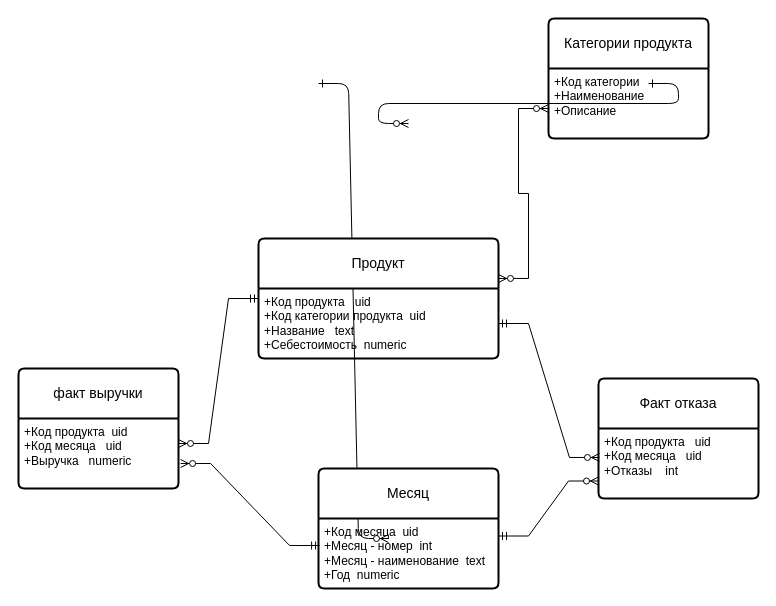
Before: components/Data mart layer.drawio in vgnevyshev/dwh, a draw.io diagram. Source tidied: cells renumbered, new cells numbered last; positions are measured from the earlier drawing's top-left corner, leaving out a move shared by most shapes. Both pictures are drawn from the tidied source at 100%, with x=0, y=0 at pixel (18, 18).
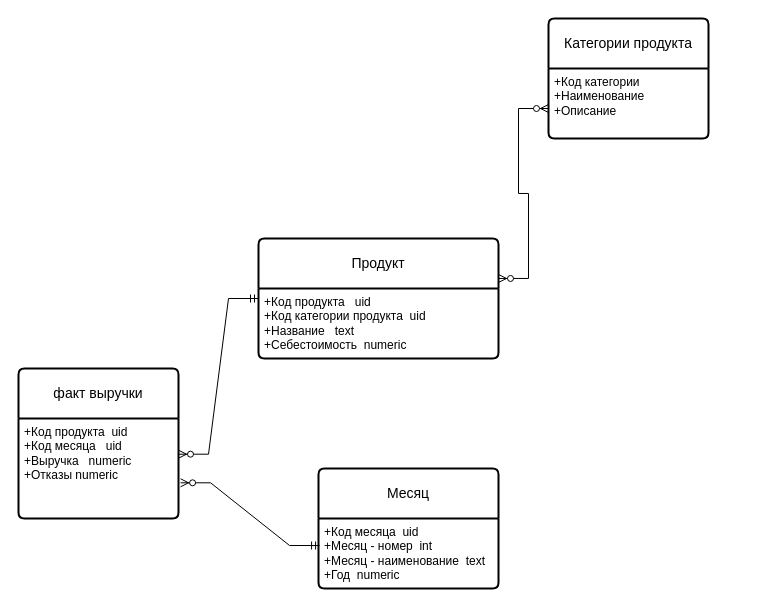
The same diagram, later.

Commit message:
Изменена витрина с инф о возвратах

Unchanged cells that the change refers to:
```xml
<mxCell id="9" value="+Код продукта&amp;nbsp; &amp;nbsp;uid&lt;br&gt;+Код категории продукта&amp;nbsp; uid&lt;br&gt;+Название&amp;nbsp; &amp;nbsp;text&lt;br&gt;+Себестоимость&amp;nbsp; numeric" style="align=left;strokeColor=none;fillColor=none;spacingLeft=4;fontSize=12;verticalAlign=top;html=1;" parent="8" vertex="1">
  <mxGeometry y="50" width="240" height="70" as="geometry" />
</mxCell>
<mxCell id="11" value="+Код месяца&amp;nbsp; uid&lt;br&gt;+Месяц - номер&amp;nbsp; int&lt;br&gt;+Месяц - наименование&amp;nbsp; text&lt;br&gt;+Год&amp;nbsp; numeric" style="align=left;strokeColor=none;fillColor=none;spacingLeft=4;fontSize=12;verticalAlign=top;html=1;" parent="10" vertex="1">
  <mxGeometry y="50" width="180" height="70" as="geometry" />
</mxCell>
```

Change to the diagram source:
```diff
@@
-    <mxCell id="2" style="edgeStyle=entityRelationEdgeStyle;endArrow=ERzeroToMany;startArrow=ERone;endFill=1;startFill=0;" parent="1" edge="1">
-      <mxGeometry relative="1" as="geometry">
-        <mxPoint x="300" y="65" as="sourcePoint" />
-        <mxPoint x="370" y="520" as="targetPoint" />
-      </mxGeometry>
-    </mxCell>
-    <mxCell id="3" style="edgeStyle=entityRelationEdgeStyle;endArrow=ERzeroToMany;startArrow=ERone;endFill=1;startFill=0;" parent="1" edge="1">
-      <mxGeometry relative="1" as="geometry">
-        <mxPoint x="630" y="65" as="sourcePoint" />
-        <mxPoint x="390" y="105" as="targetPoint" />
-      </mxGeometry>
-    </mxCell>
     <mxCell id="4" value="факт выручки" style="swimlane;horizontal=1;startSize=50;rounded=1;fontSize=14;fontStyle=0;strokeWidth=2;shadow=0;dashed=0;align=center;arcSize=4;whiteSpace=wrap;html=1;" parent="1" vertex="1">
-      <mxGeometry y="350" width="160" height="120" as="geometry" />
+      <mxGeometry y="350" width="160" height="150" as="geometry" />
     </mxCell>
-    <mxCell id="5" value="+Код продукта&amp;nbsp; uid&lt;br&gt;+Код месяца&amp;nbsp; &amp;nbsp;uid&lt;br&gt;+Выручка&amp;nbsp; &amp;nbsp;numeric" style="align=left;strokeColor=none;fillColor=none;spacingLeft=4;fontSize=12;verticalAlign=top;html=1;" parent="4" vertex="1">
-      <mxGeometry y="50" width="160" height="70" as="geometry" />
+    <mxCell id="5" value="+Код продукта&amp;nbsp; uid&lt;br&gt;+Код месяца&amp;nbsp; &amp;nbsp;uid&lt;br&gt;+Выручка&amp;nbsp; &amp;nbsp;numeric&lt;br&gt;+Отказы numeric" style="align=left;strokeColor=none;fillColor=none;spacingLeft=4;fontSize=12;verticalAlign=top;html=1;" parent="4" vertex="1">
+      <mxGeometry y="50" width="160" height="100" as="geometry" />
     </mxCell>
-    <mxCell id="6" value="Факт отказа" style="swimlane;horizontal=1;startSize=50;rounded=1;fontSize=14;fontStyle=0;strokeWidth=2;shadow=0;dashed=0;align=center;arcSize=4;whiteSpace=wrap;html=1;" parent="1" vertex="1">
-      <mxGeometry x="580" y="360" width="160" height="120" as="geometry" />
-    </mxCell>
-    <mxCell id="7" value="+Код продукта&amp;nbsp; &amp;nbsp;uid&lt;br&gt;+Код месяца&amp;nbsp; &amp;nbsp;uid&lt;br&gt;+Отказы&amp;nbsp; &amp;nbsp; int" style="align=left;strokeColor=none;fillColor=none;spacingLeft=4;fontSize=12;verticalAlign=top;html=1;" parent="6" vertex="1">
-      <mxGeometry y="50" width="160" height="70" as="geometry" />
-    </mxCell>
@@
-    <mxCell id="15" style="edgeStyle=entityRelationEdgeStyle;fontSize=12;html=1;endArrow=ERzeroToMany;startArrow=ERmandOne;rounded=0;entryX=0.006;entryY=0.414;entryDx=0;entryDy=0;exitX=1;exitY=0.5;exitDx=0;exitDy=0;entryPerimeter=0;" parent="1" edge="1" source="9" target="7">
-      <mxGeometry relative="1" as="geometry" />
-    </mxCell>
@@
-    <mxCell id="17" style="edgeStyle=entityRelationEdgeStyle;fontSize=12;html=1;endArrow=ERzeroToMany;startArrow=ERmandOne;rounded=0;exitX=1;exitY=0.25;exitDx=0;exitDy=0;entryX=0;entryY=0.75;entryDx=0;entryDy=0;" parent="1" edge="1" source="11" target="7">
-      <mxGeometry relative="1" as="geometry" />
-    </mxCell>
```
